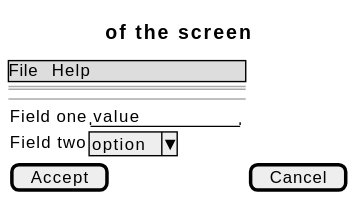
Above: docs/01-requirements/use-cases/reviewAuditLog/wireframes.svg in didactika/kampus (PlantUML), before the change. The source it was exported from:
```plantuml
@startsalt
{
  {* File | Help }
  ==
  Title of the screen
  --
  {
    Field one | "value        "
    Field two | ^option^
  }
  [ Accept ] | [ Cancel ]
}
@endsalt
```
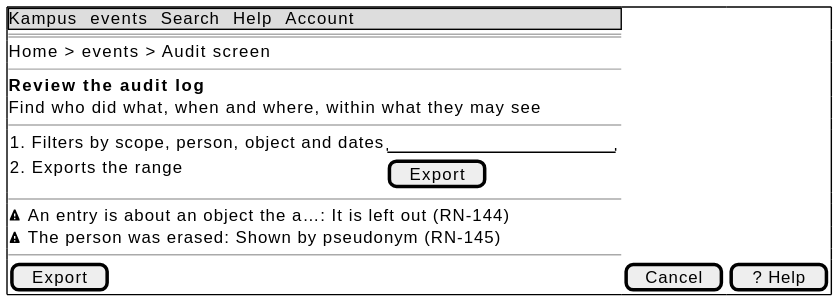
Later version of the same file.

Diff of the diagram source:
```diff
@@ -1,13 +1,20 @@
 @startsalt
-{
-  {* File | Help }
+{+
+  {* Kampus | events | Search | Help | Account }
   ==
-  Title of the screen
+  Home > events > Audit screen
+  --
+  <b>Review the audit log
+  Find who did what, when and where, within what they may see
   --
   {
-    Field one | "value        "
-    Field two | ^option^
+    1. Filters by scope, person, object and dates | "                    "
+    2. Exports the range | [ Export ]
   }
-  [ Accept ] | [ Cancel ]
+  --
+  <&warning> An entry is about an object the a…: It is left out (RN-144)
+  <&warning> The person was erased: Shown by pseudonym (RN-145)
+  --
+  [ Export ] | [ Cancel ] | [ ? Help ]
 }
 @endsalt
```
